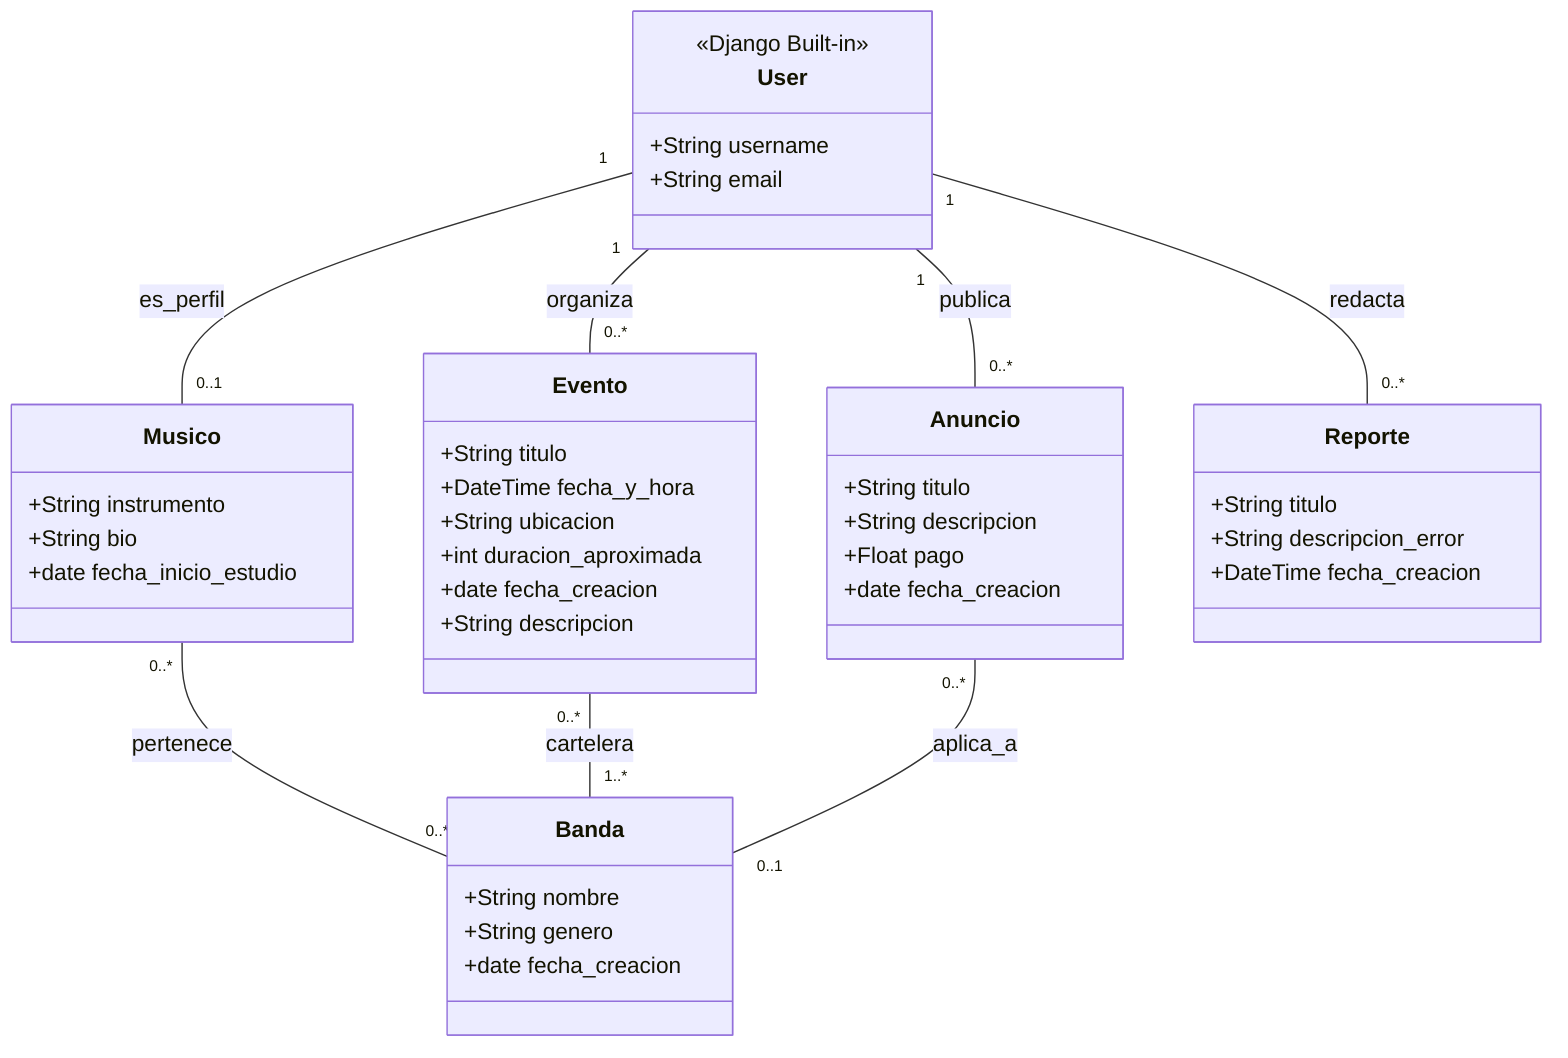
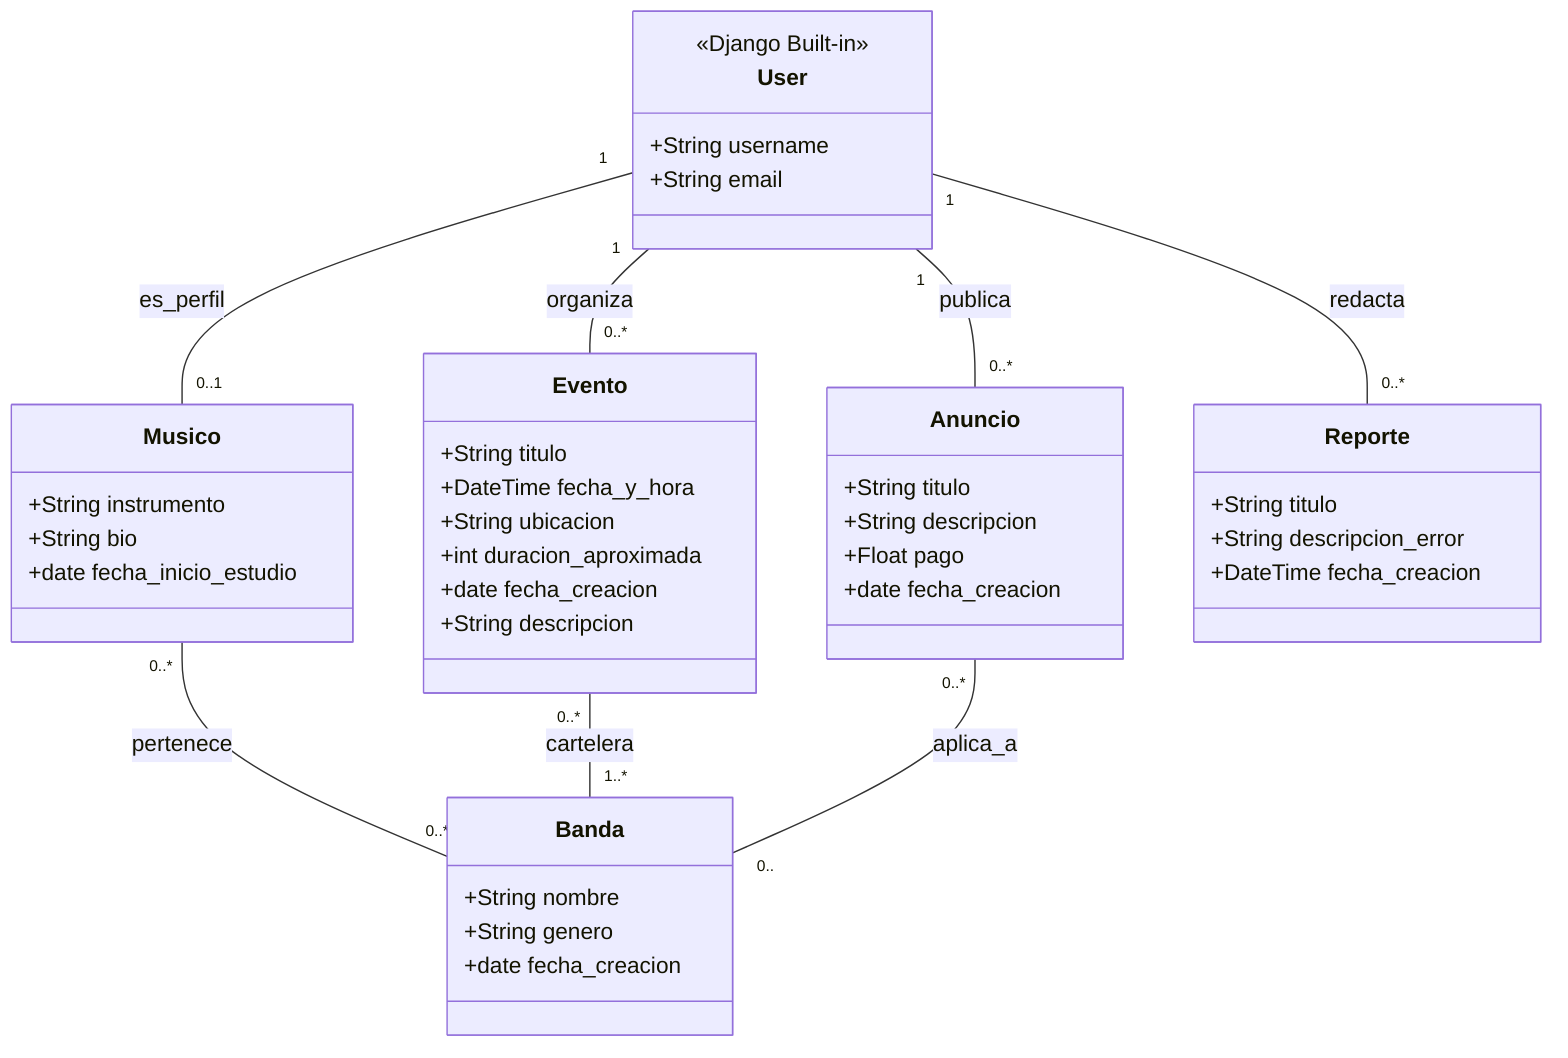
classDiagram
    class User {
        <<Django Built-in>>
        +String username
        +String email
    }
    class Musico {
        +String instrumento
        +String bio
        +date fecha_inicio_estudio
    }
    class Banda {
        +String nombre
        +String genero
        +date fecha_creacion
    }
    class Evento {
        +String titulo
        +DateTime fecha_y_hora
        +String ubicacion
        +int duracion_aproximada
        +date fecha_creacion
        +String descripcion
    }
    class Anuncio {
        +String titulo
        +String descripcion
        +Float pago
        +date fecha_creacion
    }
    class Reporte {
        +String titulo
        +String descripcion_error
        +DateTime fecha_creacion
    }

    User "1" -- "0..1" Musico : es_perfil
    User "1" -- "0..*" Evento : organiza
    User "1" -- "0..*" Anuncio : publica
    User "1" -- "0..*" Reporte : redacta

    Musico "0..*" -- "0..*" Banda : pertenece
    Evento "0..*" -- "1..*" Banda : cartelera
-     Anuncio "0..*" -- "0..1" Banda : aplica_a+     Anuncio "0..*" -- "0.." Banda : aplica_a